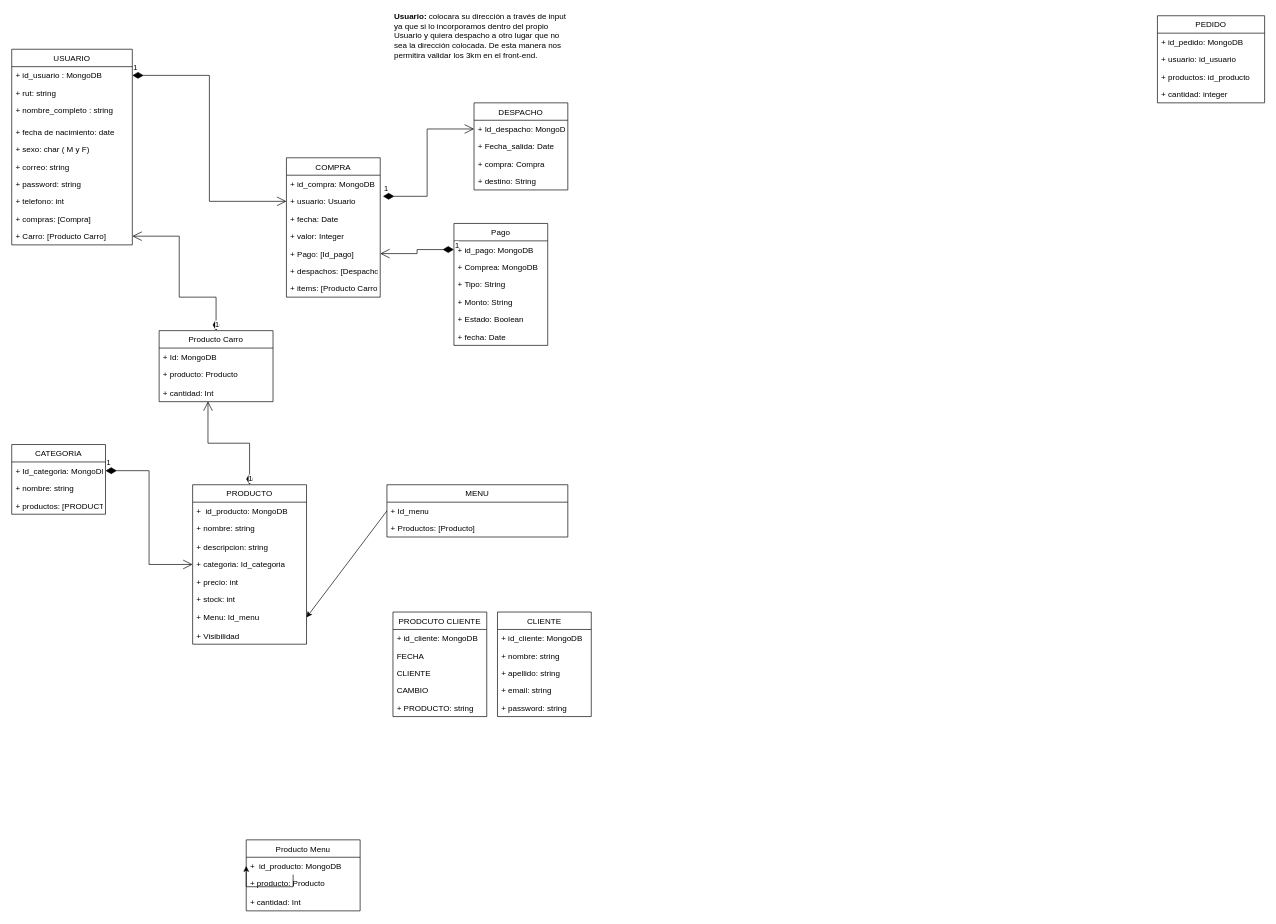
The draw.io diagram database/base_de_datos.drawio in cgarrido2001/los_shipitia, before the edit. Source tidied: cells renumbered, new cells numbered last; positions are measured from the earlier drawing's top-left corner, leaving out a move shared by most shapes. Both pictures are drawn from the tidied source at 67%, with x=0, y=0 at pixel (11, 15).
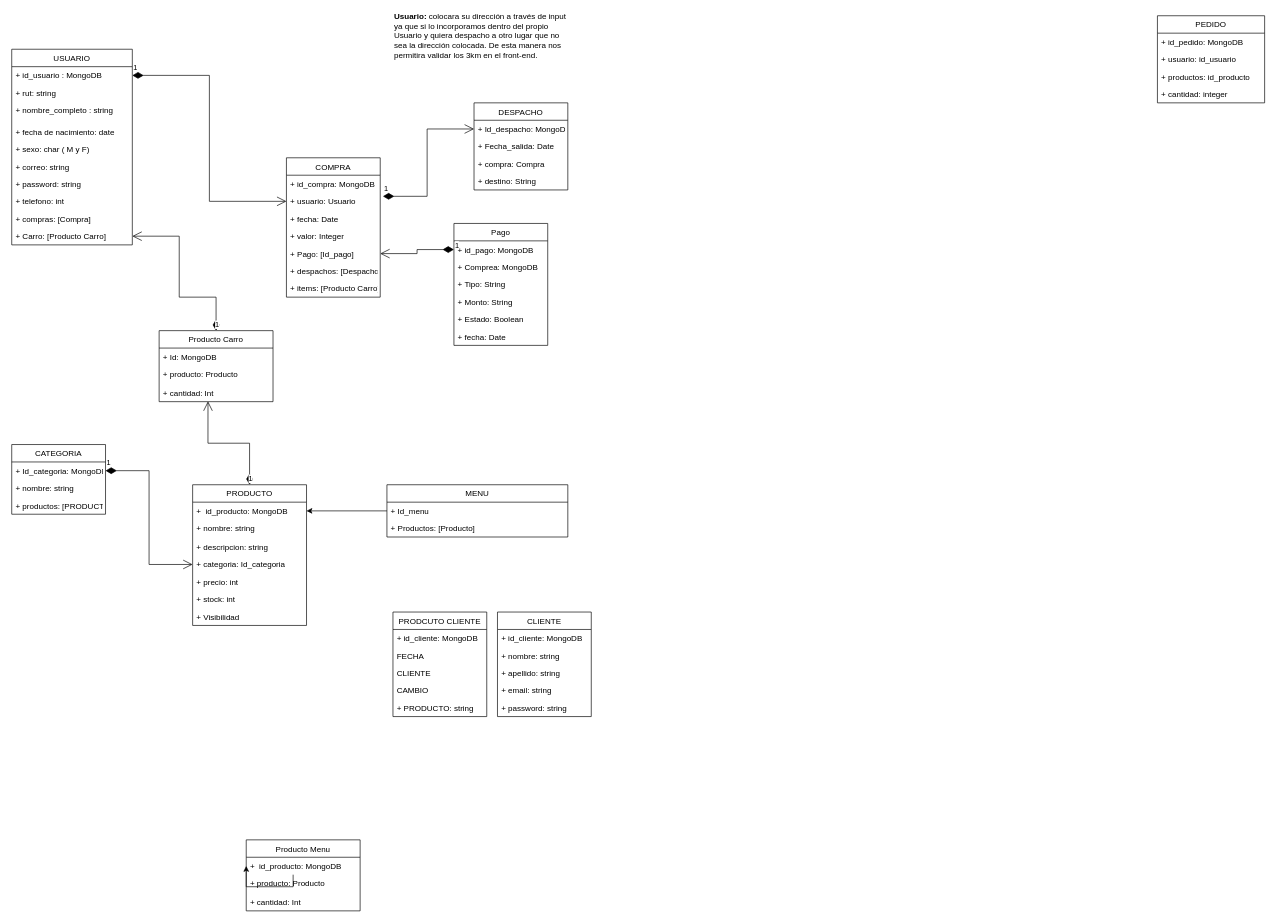
The same diagram, later.

The change refers to these unchanged cells:
```xml
<mxCell id="54" value="+ Id_menu" style="text;strokeColor=none;fillColor=none;align=left;verticalAlign=top;spacingLeft=4;spacingRight=4;overflow=hidden;points=[[0,0.5],[1,0.5]];portConstraint=eastwest;" parent="53" vertex="1">
  <mxGeometry y="26" width="270" height="26" as="geometry" />
</mxCell>
<mxCell id="61" value="+  id_producto: MongoDB" style="text;strokeColor=none;fillColor=none;align=left;verticalAlign=top;spacingLeft=4;spacingRight=4;overflow=hidden;points=[[0,0.5],[1,0.5]];portConstraint=eastwest;" parent="60" vertex="1">
  <mxGeometry y="26" width="170" height="26" as="geometry" />
</mxCell>
```

The edit, as a diff of the source:
```diff
@@
     <mxCell id="60" value="PRODUCTO" style="swimlane;fontStyle=0;horizontal=1;startSize=26;fillColor=none;" parent="1" vertex="1">
-      <mxGeometry x="270" y="700" width="170" height="238" as="geometry" />
+      <mxGeometry x="270" y="700" width="170" height="210" as="geometry" />
     </mxCell>
@@
-    <mxCell id="67" value="+ Menu: Id_menu" style="text;strokeColor=none;fillColor=none;align=left;verticalAlign=top;spacingLeft=4;spacingRight=4;overflow=hidden;points=[[0,0.5],[1,0.5]];portConstraint=eastwest;" parent="60" vertex="1">
-      <mxGeometry y="184" width="170" height="28" as="geometry" />
-    </mxCell>
     <mxCell id="68" value="+ Visibilidad " style="text;strokeColor=none;fillColor=none;align=left;verticalAlign=top;spacingLeft=4;spacingRight=4;overflow=hidden;" parent="60" vertex="1">
-      <mxGeometry y="212" width="170" height="26" as="geometry" />
+      <mxGeometry y="184" width="170" height="26" as="geometry" />
     </mxCell>
@@
-    <mxCell id="82" style="edgeStyle=none;html=1;exitX=0;exitY=0.5;exitDx=0;exitDy=0;entryX=1;entryY=0.5;entryDx=0;entryDy=0;" parent="1" edge="1" source="54" target="67">
+    <mxCell id="82" style="edgeStyle=none;html=1;exitX=0;exitY=0.5;exitDx=0;exitDy=0;entryX=1;entryY=0.5;entryDx=0;entryDy=0;" parent="1" edge="1" source="54" target="61">
       <mxGeometry relative="1" as="geometry" />
     </mxCell>
```
